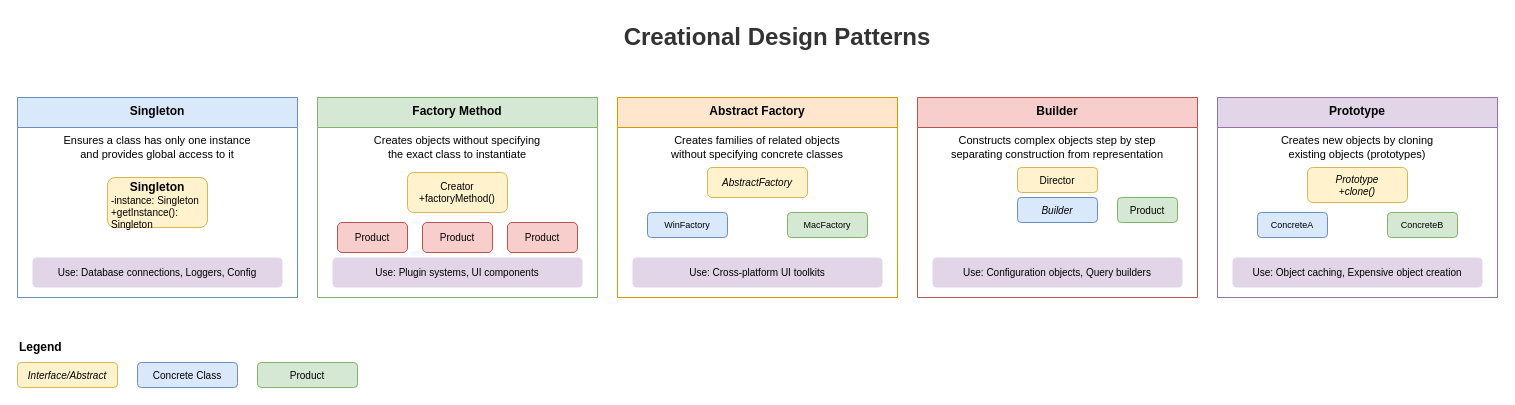
Before: lesson-01-software-design-architecture/diagrams/1.1-creational-patterns-overview.drawio in MrParkerZ7/document-lesson-software-architect-x-claude, a draw.io diagram. Source tidied: cells renumbered, new cells numbered last; positions are measured from the earlier drawing's top-left corner, leaving out a move shared by most shapes. Both pictures are drawn from the tidied source at 100%, with x=0, y=0 at pixel (17, 17).
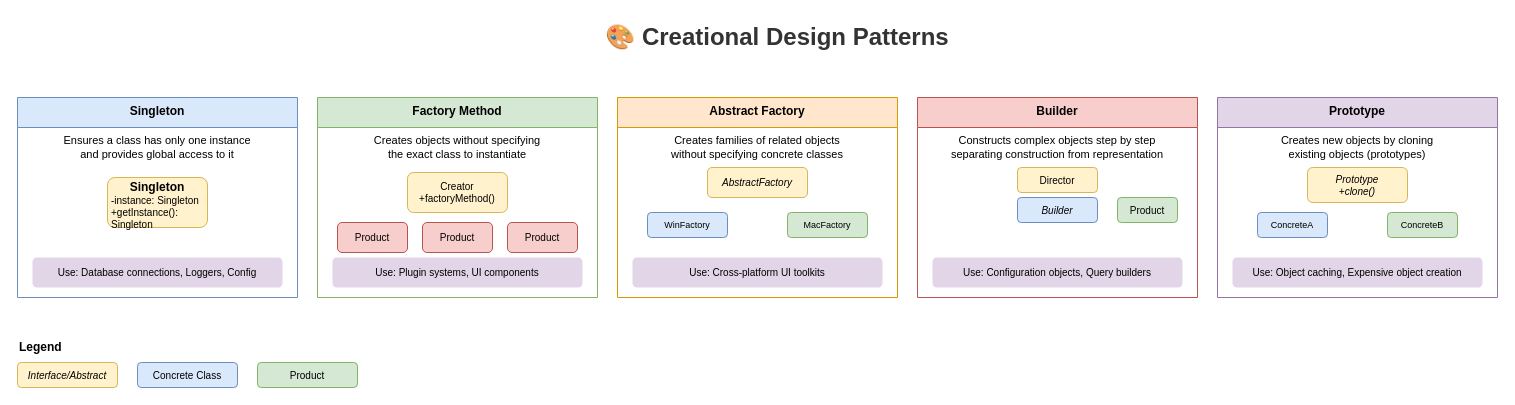
The same page after the edit.

What changed in the source:
```diff
@@
-    <mxCell id="2" value="Creational Design Patterns" style="text;html=1;strokeColor=none;fillColor=none;align=center;verticalAlign=middle;whiteSpace=wrap;rounded=0;fontSize=24;fontStyle=1;fontColor=#333333;" parent="1" vertex="1">
+    <mxCell id="2" value="🎨 Creational Design Patterns" style="text;html=1;strokeColor=none;fillColor=none;align=center;verticalAlign=middle;whiteSpace=wrap;rounded=0;fontSize=24;fontStyle=1;fontColor=#333333;" parent="1" vertex="1">
       <mxGeometry x="510" width="500" height="40" as="geometry" />
     </mxCell>
```
